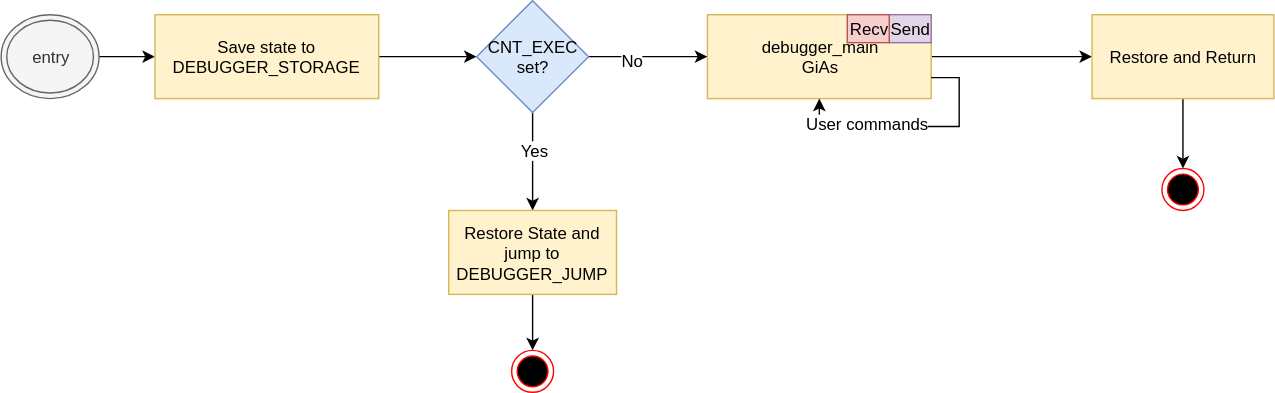
Earlier version of the draw.io export documentation/source/images/debugger_flow.drawio.svg (EljakimHerrewijnen/Gupje). Source tidied: cells renumbered, new cells last; positions are measured from the earlier drawing's top-left corner, leaving out a move shared by most shapes.
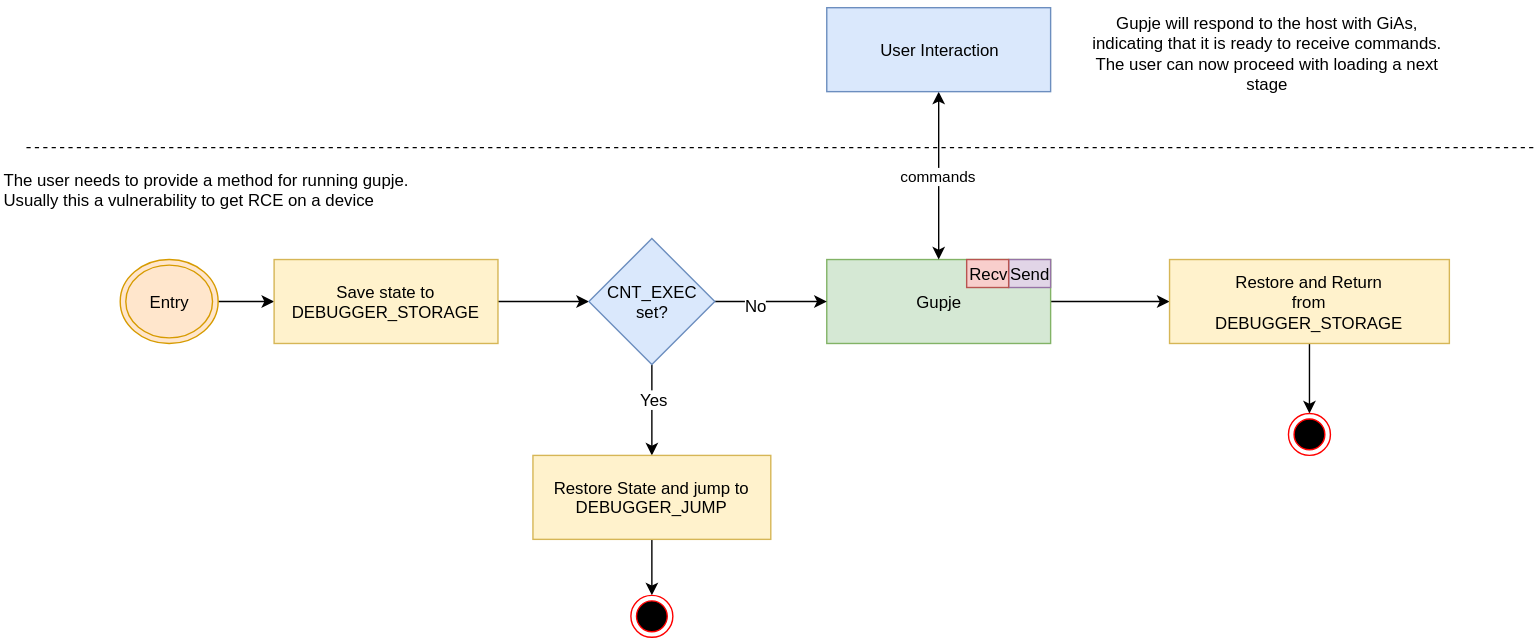
The same file after the commit.

What changed in the source:
```diff
@@ -1,11 +1,11 @@
-<mxGraphModel>
+<mxGraphModel background="#ffffff">
   <root>
     <mxCell id="0" />
     <mxCell id="1" parent="0" />
     <mxCell id="2" style="edgeStyle=orthogonalEdgeStyle;rounded=0;jettySize=auto;html=1;exitX=1;exitY=0.5;exitDx=0;exitDy=0;entryX=0;entryY=0.5;entryDx=0;entryDy=0;" parent="1" edge="1" source="3" target="5">
       <mxGeometry relative="1" as="geometry" />
     </mxCell>
-    <mxCell id="3" value="entry" style="ellipse;shape=doubleEllipse;whiteSpace=wrap;html=1;fillColor=#f5f5f5;strokeColor=#666666;fontColor=#333333;" parent="1" vertex="1">
+    <mxCell id="3" value="Entry" style="ellipse;shape=doubleEllipse;whiteSpace=wrap;html=1;fillColor=#ffe6cc;strokeColor=#d79b00;" parent="1" vertex="1">
       <mxGeometry y="10" width="70" height="60" as="geometry" />
     </mxCell>
     <mxCell id="4" style="edgeStyle=orthogonalEdgeStyle;rounded=0;jettySize=auto;html=1;exitX=1;exitY=0.5;exitDx=0;exitDy=0;entryX=0;entryY=0.5;entryDx=0;entryDy=0;" parent="1" edge="1" source="5" target="14">
@@ -17,7 +17,7 @@
     <mxCell id="6" style="edgeStyle=orthogonalEdgeStyle;rounded=0;jettySize=auto;html=1;exitX=1;exitY=0.5;exitDx=0;exitDy=0;entryX=0;entryY=0.5;entryDx=0;entryDy=0;" parent="1" edge="1" source="7" target="19">
       <mxGeometry relative="1" as="geometry" />
     </mxCell>
-    <mxCell id="7" value="debugger_main&lt;br&gt;GiAs" style="rounded=0;whiteSpace=wrap;html=1;fillColor=#fff2cc;strokeColor=#d6b656;" parent="1" vertex="1">
+    <mxCell id="7" value="Gupje" style="rounded=0;whiteSpace=wrap;html=1;fillColor=#d5e8d4;strokeColor=#82b366;" parent="1" vertex="1">
       <mxGeometry x="505" y="10" width="160" height="60" as="geometry" />
     </mxCell>
     <mxCell id="8" value="Send" style="rounded=0;whiteSpace=wrap;html=1;fillColor=#e1d5e7;strokeColor=#9673a6;" parent="1" vertex="1">
@@ -39,13 +39,13 @@
       <mxGeometry x="-0.26" y="1" relative="1" as="geometry" />
     </mxCell>
     <mxCell id="14" value="CNT_EXEC&lt;br&gt;set?" style="rhombus;whiteSpace=wrap;html=1;fillColor=#dae8fc;strokeColor=#6c8ebf;" parent="1" vertex="1">
-      <mxGeometry x="340" width="80" height="80" as="geometry" />
+      <mxGeometry x="335" y="-5" width="90" height="90" as="geometry" />
     </mxCell>
     <mxCell id="15" style="edgeStyle=orthogonalEdgeStyle;rounded=0;jettySize=auto;html=1;exitX=0.5;exitY=1;exitDx=0;exitDy=0;entryX=0.5;entryY=0;entryDx=0;entryDy=0;" parent="1" edge="1" source="16" target="17">
       <mxGeometry relative="1" as="geometry" />
     </mxCell>
     <mxCell id="16" value="Restore State and jump to DEBUGGER_JUMP" style="rounded=0;whiteSpace=wrap;html=1;fillColor=#fff2cc;strokeColor=#d6b656;" parent="1" vertex="1">
-      <mxGeometry x="320" y="150" width="120" height="60" as="geometry" />
+      <mxGeometry x="295" y="150" width="170" height="60" as="geometry" />
     </mxCell>
     <mxCell id="17" style="ellipse;html=1;shape=endState;fillColor=#000000;strokeColor=#ff0000;" parent="1" vertex="1">
       <mxGeometry x="365" y="250" width="30" height="30" as="geometry" />
@@ -53,17 +53,29 @@
     <mxCell id="18" style="edgeStyle=orthogonalEdgeStyle;rounded=0;jettySize=auto;html=1;exitX=0.5;exitY=1;exitDx=0;exitDy=0;entryX=0.5;entryY=0;entryDx=0;entryDy=0;" parent="1" edge="1" source="19" target="22">
       <mxGeometry relative="1" as="geometry" />
     </mxCell>
-    <mxCell id="19" value="Restore and Return" style="html=1;dashed=0;whitespace=wrap;shape=mxgraph.dfd.start;fillColor=#fff2cc;strokeColor=#d6b656;" parent="1" vertex="1">
-      <mxGeometry x="780" y="10" width="130" height="60" as="geometry" />
+    <mxCell id="19" value="Restore and Return&lt;br&gt;from&lt;br&gt;DEBUGGER_STORAGE" style="html=1;dashed=0;whitespace=wrap;shape=mxgraph.dfd.start;fillColor=#fff2cc;strokeColor=#d6b656;" parent="1" vertex="1">
+      <mxGeometry x="750" y="10" width="200" height="60" as="geometry" />
     </mxCell>
-    <mxCell id="20" style="edgeStyle=orthogonalEdgeStyle;rounded=0;orthogonalLoop=1;jettySize=auto;html=1;exitX=1;exitY=0.75;exitDx=0;exitDy=0;entryX=0.5;entryY=1;entryDx=0;entryDy=0;" parent="1" edge="1" source="7" target="7">
-      <mxGeometry relative="1" as="geometry" />
-    </mxCell>
-    <mxCell id="21" value="User commands" style="text;html=1;align=center;verticalAlign=middle;labelBackgroundColor=#ffffff;" parent="20" vertex="1">
-      <mxGeometry x="0.39" y="-3" relative="1" as="geometry" />
-    </mxCell>
     <mxCell id="22" style="ellipse;html=1;shape=endState;fillColor=#000000;strokeColor=#ff0000;" parent="1" vertex="1">
-      <mxGeometry x="830" y="120" width="30" height="30" as="geometry" />
+      <mxGeometry x="835" y="120" width="30" height="30" as="geometry" />
     </mxCell>
+    <mxCell id="23" value="The user needs to provide a method for running gupje. &lt;br&gt;Usually this a vulnerability to get RCE on a device" style="text;html=1;" parent="1" vertex="1">
+      <mxGeometry x="-85" y="-60" width="310" height="70" as="geometry" />
+    </mxCell>
+    <mxCell id="24" style="endArrow=none;dashed=1;html=1;" parent="1" edge="1">
+      <mxGeometry relative="1" as="geometry">
+        <mxPoint x="1010" y="-70" as="sourcePoint" />
+        <mxPoint x="-70" y="-70" as="targetPoint" />
+      </mxGeometry>
+    </mxCell>
+    <mxCell id="25" value="commands" style="edgeStyle=orthogonalEdgeStyle;rounded=0;jettySize=auto;html=1;exitX=0.5;exitY=1;exitDx=0;exitDy=0;startArrow=classic;startFill=1;" parent="1" edge="1" source="26" target="7">
+      <mxGeometry relative="1" as="geometry" />
+    </mxCell>
+    <mxCell id="26" value="User Interaction" style="rounded=0;whiteSpace=wrap;html=1;fillColor=#dae8fc;strokeColor=#6c8ebf;" parent="1" vertex="1">
+      <mxGeometry x="505" y="-170" width="160" height="60" as="geometry" />
+    </mxCell>
+    <mxCell id="27" value="Gupje will respond to the host with GiAs, indicating that it is ready to receive commands.&lt;br&gt;The user can now proceed with loading a next stage" style="text;html=1;strokeColor=none;fillColor=none;align=center;verticalAlign=middle;whiteSpace=wrap;rounded=0;" parent="1" vertex="1">
+      <mxGeometry x="690" y="-175" width="260" height="75" as="geometry" />
+    </mxCell>
   </root>
 </mxGraphModel>
```
